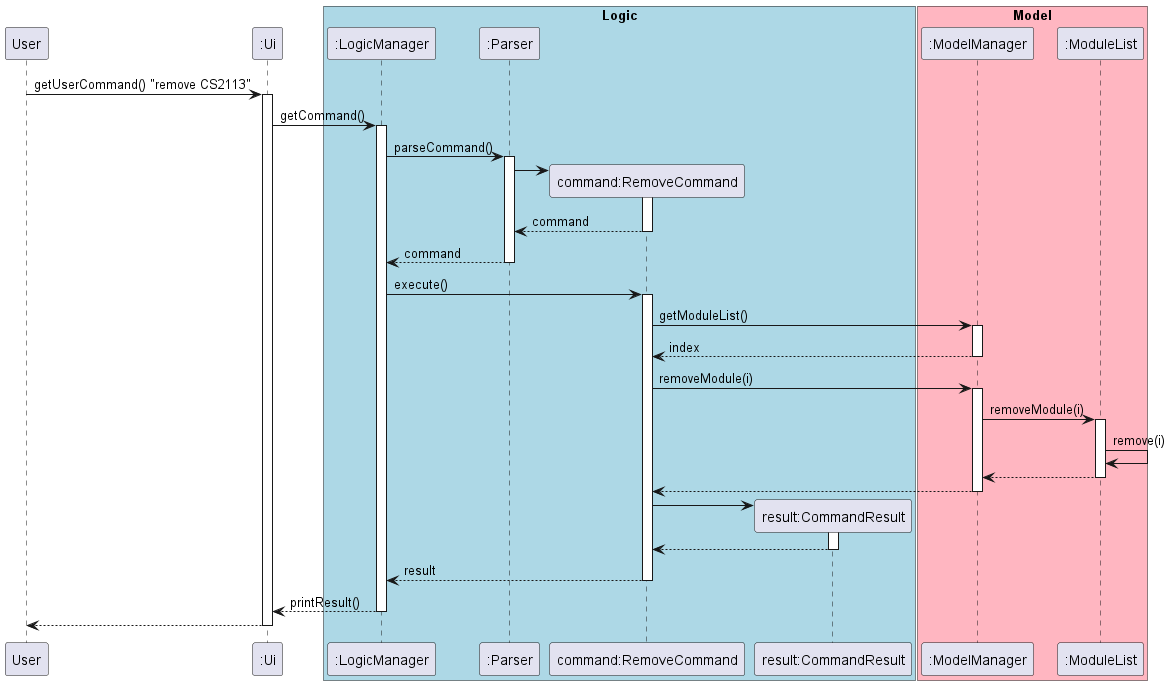
The PlantUML diagram docs/uml/diagrams/RemoveModSequence.png in sriram-senthilkr/tp, before a commit.
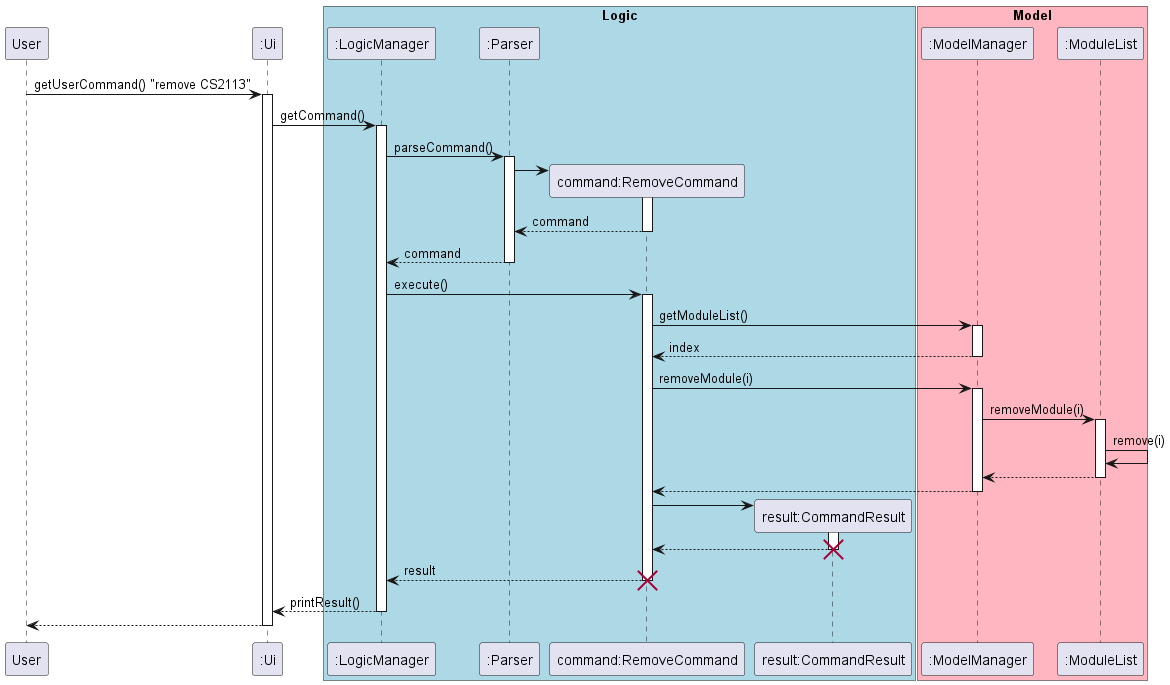
After the change.

Commit message:
Add destroy object

The edit, as a diff of the source:
```diff
@@ -66,9 +66,11 @@
 activate CommandResult
 CommandResult --> RemoveCommand
 deactivate CommandResult
+destroy CommandResult
 
 RemoveCommand --> LogicManager: result
 deactivate RemoveCommand
+destroy RemoveCommand
 
 LogicManager --> Ui: printResult()
 deactivate LogicManager
```
